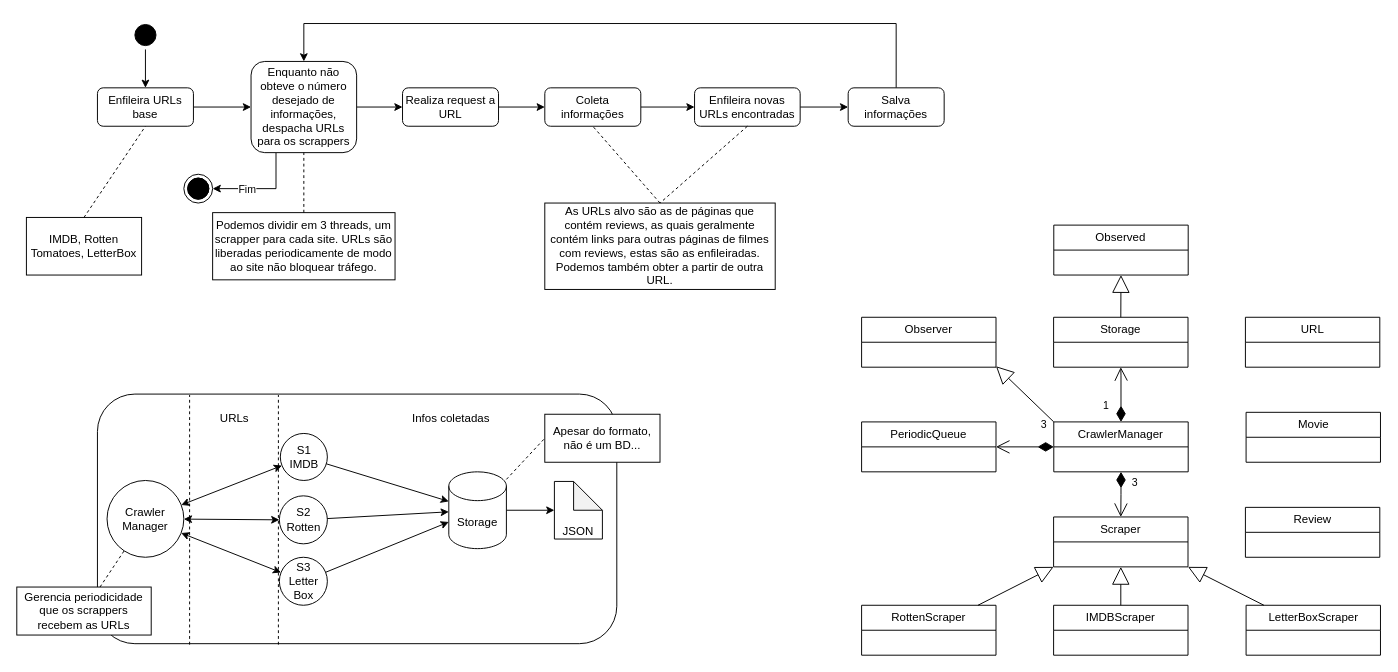
This is doc/CrawlerArchitecture.drawio from Vitor-Calegari/INE5454-gerencia-de-dados, a draw.io file, before an edit. Source tidied: cells renumbered, new cells numbered last; positions are measured from the earlier drawing's top-left corner, leaving out a move shared by most shapes. Both pictures are drawn from the tidied source at 96%, with x=0, y=0 at pixel (16, 20).
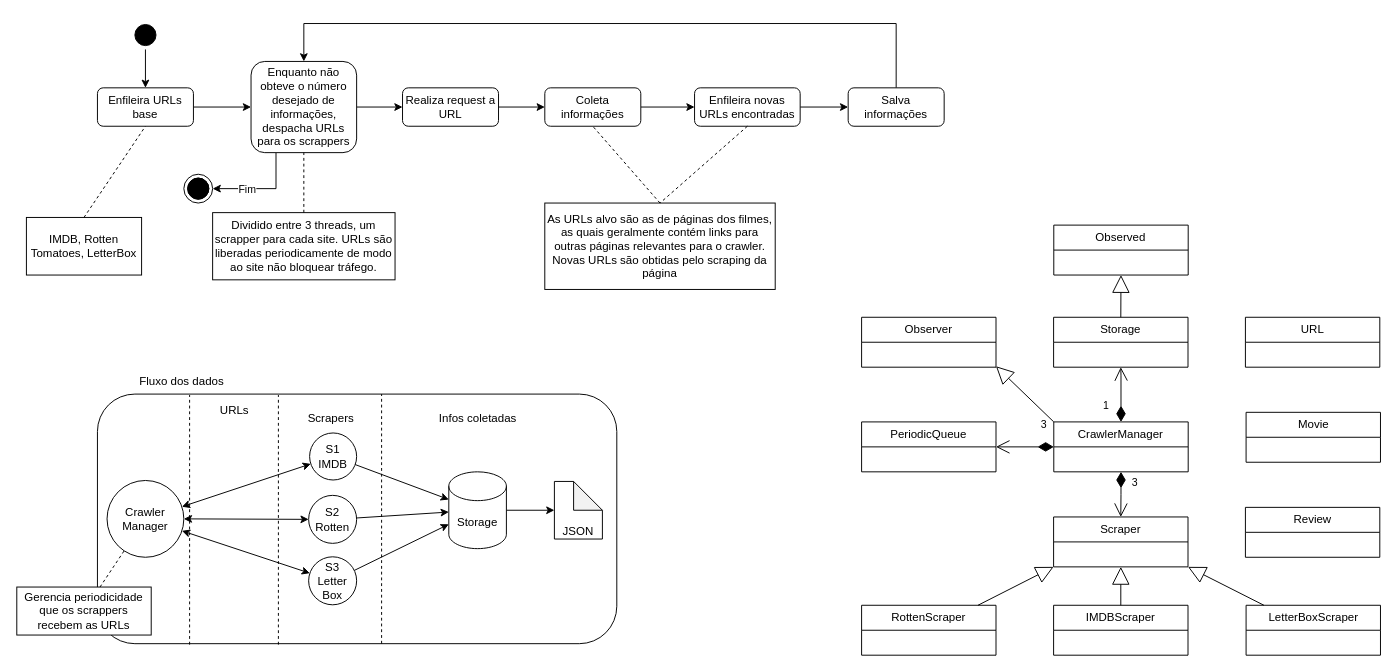
The same diagram, later.

Commit message (it also covers changes not shown here):
Atualiza documentação

The change refers to these unchanged cells:
```xml
<mxCell id="23" value="Storage" style="shape=cylinder3;whiteSpace=wrap;html=1;boundedLbl=1;backgroundOutline=1;size=15;" parent="1" vertex="1">
  <mxGeometry x="450" y="470" width="60" height="80" as="geometry" />
</mxCell>
```

Change to the diagram source:
```diff
@@
-    <mxCell id="17" value="Podemos dividir em 3 threads, um scrapper para cada site. URLs são liberadas periodicamente de modo ao site não bloquear tráfego." style="rounded=0;whiteSpace=wrap;html=1;" parent="1" vertex="1">
+    <mxCell id="17" value="Dividido entre 3 threads, um scrapper para cada site. URLs são liberadas periodicamente de modo ao site não bloquear tráfego." style="rounded=0;whiteSpace=wrap;html=1;" parent="1" vertex="1">
       <mxGeometry x="204" y="200" width="190" height="70" as="geometry" />
     </mxCell>
@@
-    <mxCell id="19" value="As URLs alvo são as de páginas que contém reviews, as quais geralmente contém links para outras páginas de filmes com reviews, estas são as enfileiradas. Podemos também obter a partir de outra URL." style="rounded=0;whiteSpace=wrap;html=1;" parent="1" vertex="1">
+    <mxCell id="19" value="As URLs alvo são as de páginas dos filmes, as quais geralmente contém links para outras páginas relevantes para o crawler. Novas URLs são obtidas pelo scraping da página" style="rounded=0;whiteSpace=wrap;html=1;" parent="1" vertex="1">
       <mxGeometry x="550" y="190" width="240" height="90" as="geometry" />
     </mxCell>
@@
-    <mxCell id="25" value="Apesar do formato, não é um BD..." style="rounded=0;whiteSpace=wrap;html=1;" parent="1" vertex="1">
-      <mxGeometry x="550" y="410" width="120" height="50" as="geometry" />
-    </mxCell>
-    <mxCell id="26" style="endArrow=none;dashed=1;html=1;rounded=0;entryX=0;entryY=0.5;entryDx=0;entryDy=0;" parent="1" edge="1" source="23" target="25">
-      <mxGeometry relative="1" as="geometry" />
-    </mxCell>
     <mxCell id="27" value="S1 IMDB" style="ellipse;whiteSpace=wrap;html=1;" parent="1" vertex="1">
-      <mxGeometry x="274.5" y="430" width="49" height="49" as="geometry" />
+      <mxGeometry x="305" y="429.5" width="49" height="49" as="geometry" />
     </mxCell>
     <mxCell id="28" value="S2&lt;br&gt;Rotten" style="ellipse;whiteSpace=wrap;html=1;" parent="1" vertex="1">
-      <mxGeometry x="273.5" y="495" width="50" height="50" as="geometry" />
+      <mxGeometry x="304" y="494.5" width="50" height="50" as="geometry" />
     </mxCell>
     <mxCell id="29" value="&lt;div&gt;S3&lt;/div&gt;&lt;div&gt;Letter&lt;/div&gt;Box" style="ellipse;whiteSpace=wrap;html=1;" parent="1" vertex="1">
-      <mxGeometry x="273.5" y="559" width="50" height="50" as="geometry" />
+      <mxGeometry x="304" y="558.5" width="50" height="50" as="geometry" />
     </mxCell>
@@
     <mxCell id="39" value="URLs" style="text;html=1;align=center;verticalAlign=middle;whiteSpace=wrap;rounded=0;" parent="1" vertex="1">
-      <mxGeometry x="180" y="400" width="93.5" height="30" as="geometry" />
+      <mxGeometry x="180" y="391" width="93.5" height="30" as="geometry" />
     </mxCell>
     <mxCell id="40" value="Infos coletadas" style="text;html=1;align=center;verticalAlign=middle;whiteSpace=wrap;rounded=0;" parent="1" vertex="1">
-      <mxGeometry x="393.5" y="400" width="116.5" height="30" as="geometry" />
+      <mxGeometry x="421.8" y="399.5" width="116.5" height="30" as="geometry" />
     </mxCell>
@@
+    <mxCell id="69" style="endArrow=none;dashed=1;html=1;rounded=0;" parent="1" edge="1">
+      <mxGeometry relative="1" as="geometry">
+        <mxPoint x="380" y="649" as="sourcePoint" />
+        <mxPoint x="380" y="389" as="targetPoint" />
+      </mxGeometry>
+    </mxCell>
+    <mxCell id="70" value="Scrapers" style="text;html=1;align=center;verticalAlign=middle;whiteSpace=wrap;rounded=0;" parent="1" vertex="1">
+      <mxGeometry x="273.5" y="400" width="106.5" height="30" as="geometry" />
+    </mxCell>
+    <mxCell id="71" value="Fluxo dos dados" style="text;html=1;whiteSpace=wrap;strokeColor=none;fillColor=none;align=center;verticalAlign=middle;rounded=0;" parent="1" vertex="1">
+      <mxGeometry x="119" y="361" width="106" height="30" as="geometry" />
+    </mxCell>
```
